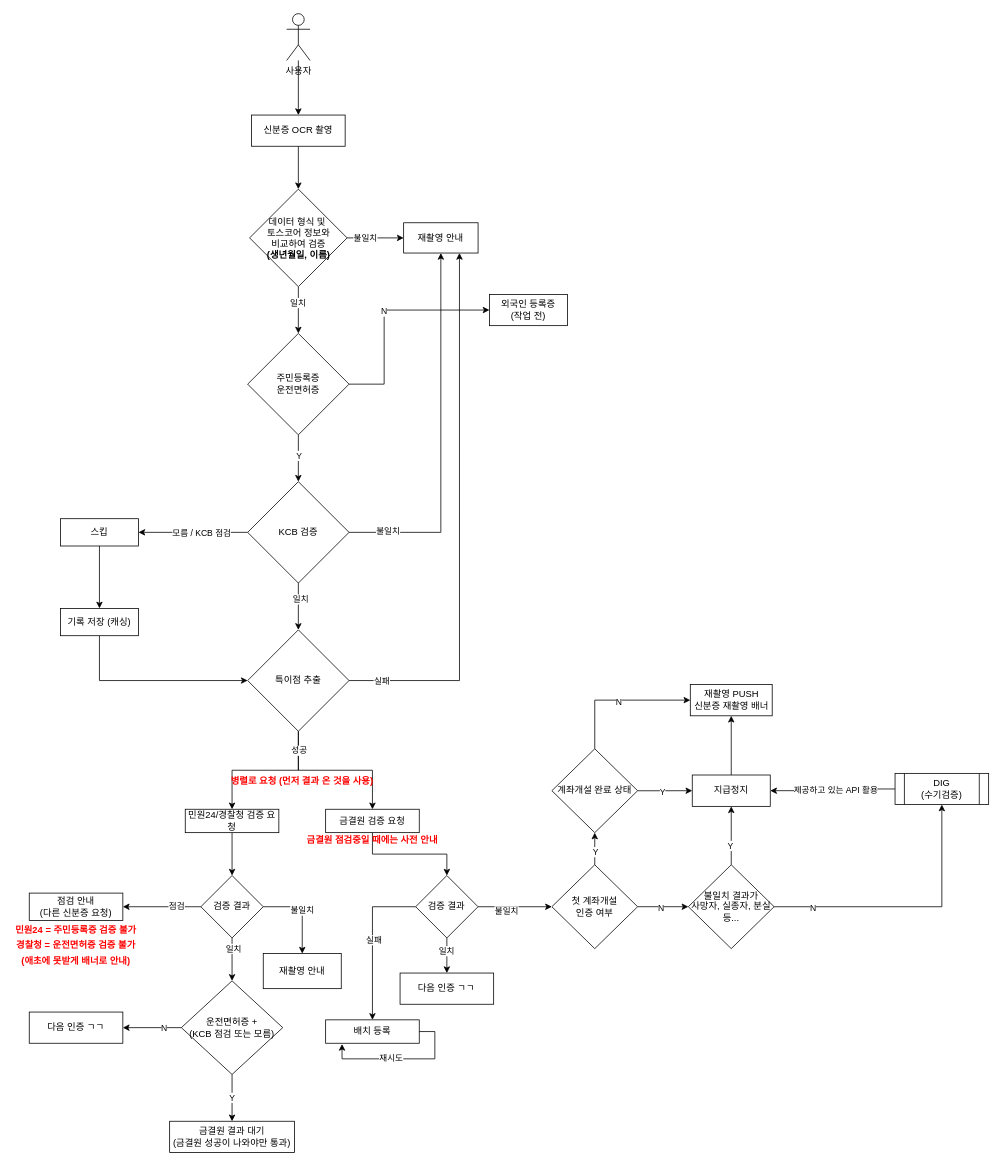
The draw.io diagram Untitled Diagram.drawio in krrrr-b/today-i-learn, before the edit. Source tidied: cells renumbered, new cells numbered last; positions are measured from the earlier drawing's top-left corner, leaving out a move shared by most shapes. Both pictures are drawn from the tidied source at 78%, with x=0, y=0 at pixel (13, 13).
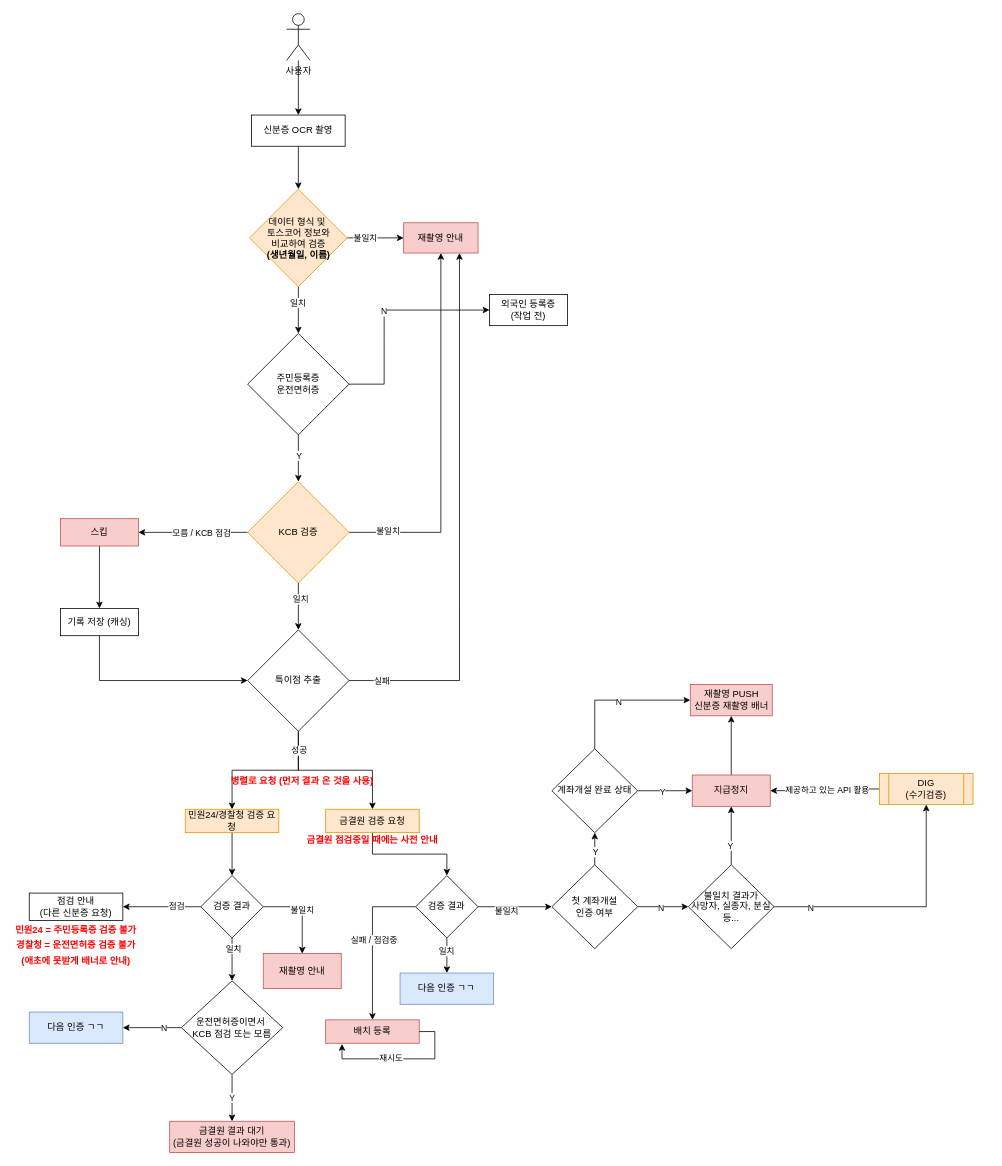
Above is the later version.

Unchanged cells that the change refers to:
```xml
<mxCell id="45" style="edgeStyle=orthogonalEdgeStyle;rounded=0;jettySize=auto;html=1;fontColor=#FF0000;exitX=0;exitY=0.5;exitDx=0;exitDy=0;" parent="1" edge="1" source="51" target="62">
  <mxGeometry relative="1" as="geometry" />
</mxCell>
```

Change to the diagram source:
```diff
@@
-    <mxCell id="10" value="데이터 형식 및&amp;nbsp;&lt;br&gt;토스코어 정보와 &lt;br&gt;비교하여 검증&lt;br&gt;&lt;b&gt;(생년월일, 이름)&lt;/b&gt;" style="rhombus;whiteSpace=wrap;html=1;verticalAlign=middle;" parent="1" vertex="1">
+    <mxCell id="10" value="데이터 형식 및&amp;nbsp;&lt;br&gt;토스코어 정보와 &lt;br&gt;비교하여 검증&lt;br&gt;&lt;b&gt;(생년월일, 이름)&lt;/b&gt;" style="rhombus;whiteSpace=wrap;html=1;verticalAlign=middle;fillColor=#ffe6cc;strokeColor=#d79b00;" parent="1" vertex="1">
       <mxGeometry x="302.5" y="225" width="125" height="125" as="geometry" />
     </mxCell>
@@
-    <mxCell id="16" value="재촬영 안내" style="whiteSpace=wrap;html=1;" parent="1" vertex="1">
+    <mxCell id="16" value="재촬영 안내" style="whiteSpace=wrap;html=1;fillColor=#f8cecc;strokeColor=#b85450;" parent="1" vertex="1">
       <mxGeometry x="500" y="268.1" width="95.4" height="38.8" as="geometry" />
     </mxCell>
@@
-    <mxCell id="23" value="KCB 검증" style="rhombus;whiteSpace=wrap;html=1;" parent="1" vertex="1">
+    <mxCell id="23" value="KCB 검증" style="rhombus;whiteSpace=wrap;html=1;fillColor=#ffe6cc;strokeColor=#d79b00;" parent="1" vertex="1">
       <mxGeometry x="300" y="600" width="130" height="130" as="geometry" />
     </mxCell>
@@
-    <mxCell id="25" value="스킵" style="whiteSpace=wrap;html=1;" parent="1" vertex="1">
+    <mxCell id="25" value="스킵" style="whiteSpace=wrap;html=1;fillColor=#f8cecc;strokeColor=#b85450;" parent="1" vertex="1">
       <mxGeometry x="60" y="647.5" width="100" height="35" as="geometry" />
     </mxCell>
@@
-    <mxCell id="35" value="민원24/경찰청 검증 요청" style="whiteSpace=wrap;html=1;" parent="1" vertex="1">
+    <mxCell id="35" value="민원24/경찰청 검증 요청" style="whiteSpace=wrap;html=1;fillColor=#ffe6cc;strokeColor=#d79b00;" parent="1" vertex="1">
       <mxGeometry x="220" y="1020" width="120" height="30" as="geometry" />
     </mxCell>
@@
-    <mxCell id="37" value="금결원 검증 요청" style="whiteSpace=wrap;html=1;" parent="1" vertex="1">
+    <mxCell id="37" value="금결원 검증 요청" style="whiteSpace=wrap;html=1;fillColor=#ffe6cc;strokeColor=#d79b00;" parent="1" vertex="1">
       <mxGeometry x="400" y="1020" width="120" height="30" as="geometry" />
     </mxCell>
@@
-    <mxCell id="46" value="실패" style="edgeLabel;html=1;align=center;verticalAlign=middle;" parent="45" vertex="1">
+    <mxCell id="46" value="실패 / 점검중" style="edgeLabel;html=1;align=center;verticalAlign=middle;" parent="45" vertex="1">
       <mxGeometry x="-0.02" y="1" relative="1" as="geometry" />
     </mxCell>
@@
-    <mxCell id="58" value="운전면허증 + &lt;br&gt;(KCB 점검 또는 모름)" style="rhombus;whiteSpace=wrap;html=1;" parent="1" vertex="1">
+    <mxCell id="58" value="운전면허증이면서&amp;nbsp;&lt;br&gt;KCB 점검 또는 모름" style="rhombus;whiteSpace=wrap;html=1;" parent="1" vertex="1">
       <mxGeometry x="215" y="1240" width="130" height="120" as="geometry" />
     </mxCell>
-    <mxCell id="59" value="다음 인증 ㄱㄱ" style="whiteSpace=wrap;html=1;" parent="1" vertex="1">
+    <mxCell id="59" value="다음 인증 ㄱㄱ" style="whiteSpace=wrap;html=1;fillColor=#dae8fc;strokeColor=#6c8ebf;" parent="1" vertex="1">
       <mxGeometry x="20" y="1280" width="120" height="40" as="geometry" />
     </mxCell>
-    <mxCell id="60" value="금결원 결과 대기&lt;br&gt;(금결원 성공이 나와야만 통과)" style="whiteSpace=wrap;html=1;" parent="1" vertex="1">
+    <mxCell id="60" value="금결원 결과 대기&lt;br&gt;(금결원 성공이 나와야만 통과)" style="whiteSpace=wrap;html=1;fillColor=#f8cecc;strokeColor=#b85450;" parent="1" vertex="1">
       <mxGeometry x="200" y="1420" width="160" height="40" as="geometry" />
     </mxCell>
-    <mxCell id="61" value="&lt;font color=&quot;#000000&quot;&gt;재촬영 안내&lt;/font&gt;" style="rounded=0;whiteSpace=wrap;html=1;fontColor=#FF0000;" parent="1" vertex="1">
+    <mxCell id="61" value="&lt;font color=&quot;#000000&quot;&gt;재촬영 안내&lt;/font&gt;" style="rounded=0;whiteSpace=wrap;html=1;fillColor=#f8cecc;strokeColor=#b85450;" parent="1" vertex="1">
       <mxGeometry x="320" y="1205" width="100" height="45" as="geometry" />
     </mxCell>
-    <mxCell id="62" value="&lt;font color=&quot;#000000&quot;&gt;배치 등록&lt;/font&gt;" style="rounded=0;whiteSpace=wrap;html=1;fontColor=#FF0000;" parent="1" vertex="1">
+    <mxCell id="62" value="&lt;font color=&quot;#000000&quot;&gt;배치 등록&lt;/font&gt;" style="rounded=0;whiteSpace=wrap;html=1;fillColor=#f8cecc;strokeColor=#b85450;" parent="1" vertex="1">
       <mxGeometry x="400" y="1290" width="120" height="30" as="geometry" />
     </mxCell>
@@
-    <mxCell id="65" value="다음 인증 ㄱㄱ" style="whiteSpace=wrap;html=1;" parent="1" vertex="1">
+    <mxCell id="65" value="다음 인증 ㄱㄱ" style="whiteSpace=wrap;html=1;fillColor=#dae8fc;strokeColor=#6c8ebf;" parent="1" vertex="1">
       <mxGeometry x="495.4" y="1230" width="120" height="40" as="geometry" />
     </mxCell>
@@
-    <mxCell id="77" value="지급정지" style="whiteSpace=wrap;html=1;" parent="1" vertex="1">
+    <mxCell id="77" value="지급정지" style="whiteSpace=wrap;html=1;fillColor=#f8cecc;strokeColor=#b85450;" parent="1" vertex="1">
       <mxGeometry x="870" y="976.1" width="100" height="40.2" as="geometry" />
     </mxCell>
@@
-    <mxCell id="80" value="DIG&lt;br&gt;(수기검증)" style="shape=process;whiteSpace=wrap;html=1;backgroundOutline=1;fontColor=#000000;" parent="1" vertex="1">
-      <mxGeometry x="1130" y="974" width="120" height="40" as="geometry" />
+    <mxCell id="80" value="DIG&lt;br&gt;(수기검증)" style="shape=process;whiteSpace=wrap;html=1;backgroundOutline=1;fillColor=#ffe6cc;strokeColor=#d79b00;" parent="1" vertex="1">
+      <mxGeometry x="1110" y="974" width="120" height="40" as="geometry" />
     </mxCell>
@@
-    <mxCell id="86" value="재촬영 PUSH&lt;br&gt;신분증 재촬영 배너" style="whiteSpace=wrap;html=1;" parent="1" vertex="1">
+    <mxCell id="86" value="재촬영 PUSH&lt;br&gt;신분증 재촬영 배너" style="whiteSpace=wrap;html=1;fillColor=#f8cecc;strokeColor=#b85450;" parent="1" vertex="1">
       <mxGeometry x="867.5" y="860" width="105" height="40.2" as="geometry" />
     </mxCell>
```
